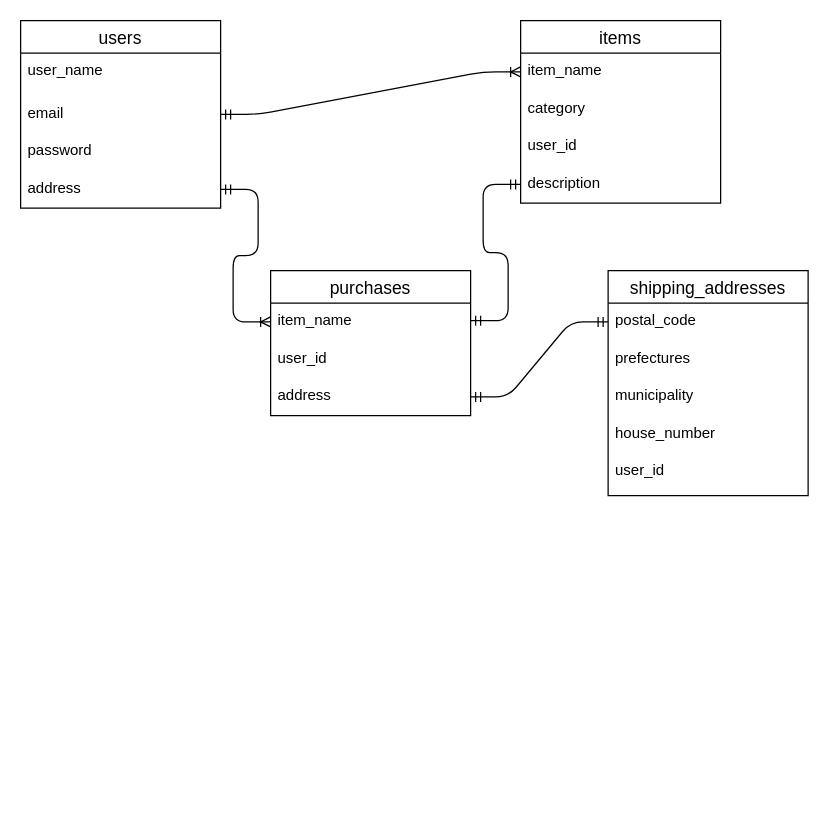
Before: furima.dio in ToruNishioka/furima-33833, a draw.io diagram. Source tidied: cells renumbered, new cells numbered last; positions are measured from the earlier drawing's top-left corner, leaving out a move shared by most shapes. Both pictures are drawn from the tidied source at 125%, with x=0, y=0 at pixel (20, 20).
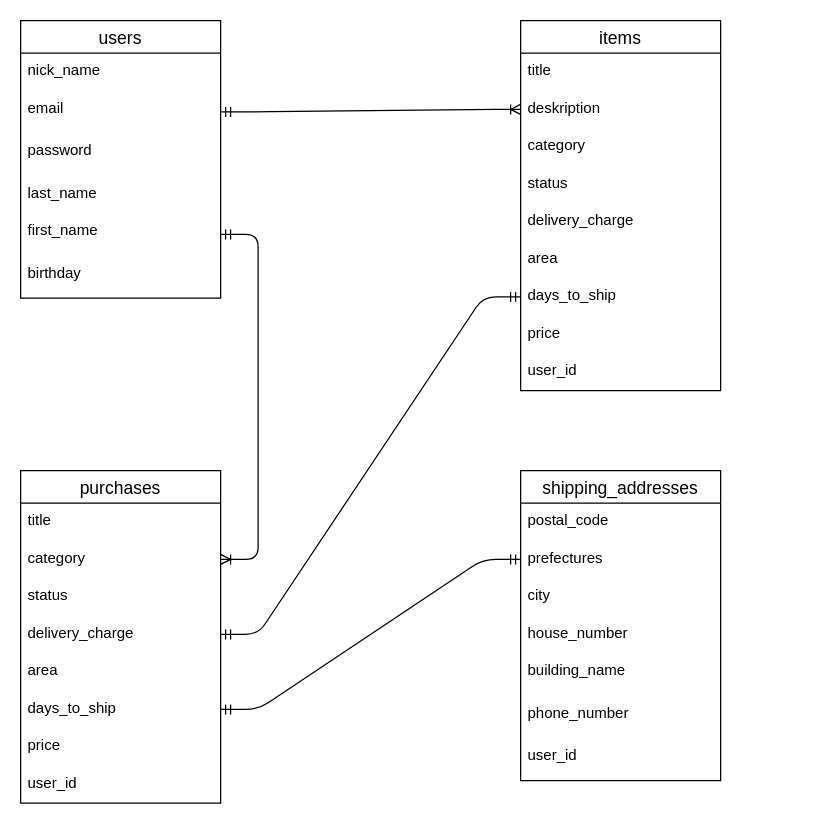
The same page after the edit.

The change refers to these unchanged cells:
```xml
<mxCell id="17" value="postal_code" style="text;strokeColor=none;fillColor=none;spacingLeft=4;spacingRight=4;overflow=hidden;points=[[0,0.5],[1,0.5]];portConstraint=eastwest;fontSize=12;" parent="16" vertex="1">
  <mxGeometry y="26" width="160" height="30" as="geometry" />
</mxCell>
<mxCell id="18" value="prefectures" style="text;strokeColor=none;fillColor=none;spacingLeft=4;spacingRight=4;overflow=hidden;points=[[0,0.5],[1,0.5]];portConstraint=eastwest;fontSize=12;" parent="16" vertex="1">
  <mxGeometry y="56" width="160" height="30" as="geometry" />
</mxCell>
```

Change to the diagram source:
```diff
@@
     <mxCell id="2" value="users" style="swimlane;fontStyle=0;horizontal=1;startSize=26;align=center;fontSize=14;" parent="1" vertex="1">
-      <mxGeometry width="160" height="150" as="geometry" />
+      <mxGeometry width="160" height="222" as="geometry" />
     </mxCell>
+    <mxCell id="5" value="nick_name" style="text;strokeColor=none;fillColor=none;spacingLeft=4;spacingRight=4;overflow=hidden;fontSize=12;" parent="2" vertex="1">
+      <mxGeometry y="26" width="160" height="30" as="geometry" />
+    </mxCell>
+    <mxCell id="26" value="email" style="text;strokeColor=none;fillColor=none;spacingLeft=4;spacingRight=4;overflow=hidden;points=[[0,0.5],[1,0.5]];portConstraint=eastwest;fontSize=12;" parent="2" vertex="1">
+      <mxGeometry y="56" width="160" height="34" as="geometry" />
+    </mxCell>
+    <mxCell id="27" value="password" style="text;strokeColor=none;fillColor=none;spacingLeft=4;spacingRight=4;overflow=hidden;fontSize=12;" parent="2" vertex="1">
+      <mxGeometry y="90" width="160" height="34" as="geometry" />
+    </mxCell>
+    <mxCell id="4" value="last_name" style="text;strokeColor=none;fillColor=none;spacingLeft=4;spacingRight=4;overflow=hidden;points=[[0,0.5],[1,0.5]];portConstraint=eastwest;fontSize=12;" parent="2" vertex="1">
+      <mxGeometry y="124" width="160" height="30" as="geometry" />
+    </mxCell>
-    <mxCell id="3" value="user_name" style="text;strokeColor=none;fillColor=none;spacingLeft=4;spacingRight=4;overflow=hidden;points=[[0,0.5],[1,0.5]];portConstraint=eastwest;fontSize=12;" parent="2" vertex="1">
-      <mxGeometry y="26" width="160" height="34" as="geometry" />
+    <mxCell id="3" value="first_name" style="text;strokeColor=none;fillColor=none;spacingLeft=4;spacingRight=4;overflow=hidden;points=[[0,0.5],[1,0.5]];portConstraint=eastwest;fontSize=12;" parent="2" vertex="1">
+      <mxGeometry y="154" width="160" height="34" as="geometry" />
     </mxCell>
-    <mxCell id="4" value="email" style="text;strokeColor=none;fillColor=none;spacingLeft=4;spacingRight=4;overflow=hidden;points=[[0,0.5],[1,0.5]];portConstraint=eastwest;fontSize=12;" parent="2" vertex="1">
-      <mxGeometry y="60" width="160" height="30" as="geometry" />
-    </mxCell>
-    <mxCell id="5" value="password" style="text;strokeColor=none;fillColor=none;spacingLeft=4;spacingRight=4;overflow=hidden;fontSize=12;" parent="2" vertex="1">
-      <mxGeometry y="90" width="160" height="30" as="geometry" />
-    </mxCell>
-    <mxCell id="6" value="address" style="text;strokeColor=none;fillColor=none;spacingLeft=4;spacingRight=4;overflow=hidden;points=[[0,0.5],[1,0.5]];portConstraint=eastwest;fontSize=12;" parent="2" vertex="1">
-      <mxGeometry y="120" width="160" height="30" as="geometry" />
-    </mxCell>
+    <mxCell id="28" value="birthday" style="text;strokeColor=none;fillColor=none;spacingLeft=4;spacingRight=4;overflow=hidden;fontSize=12;" parent="2" vertex="1">
+      <mxGeometry y="188" width="160" height="34" as="geometry" />
+    </mxCell>
     <mxCell id="7" value="items" style="swimlane;fontStyle=0;horizontal=1;startSize=26;align=center;fontSize=14;" parent="1" vertex="1">
-      <mxGeometry x="400" width="160" height="146" as="geometry" />
+      <mxGeometry x="400" width="160" height="296" as="geometry" />
     </mxCell>
-    <mxCell id="8" value="item_name" style="text;strokeColor=none;fillColor=none;spacingLeft=4;spacingRight=4;overflow=hidden;points=[[0,0.5],[1,0.5]];portConstraint=eastwest;fontSize=12;" parent="7" vertex="1">
+    <mxCell id="8" value="title" style="text;strokeColor=none;fillColor=none;spacingLeft=4;spacingRight=4;overflow=hidden;points=[[0,0.5],[1,0.5]];portConstraint=eastwest;fontSize=12;" parent="7" vertex="1">
       <mxGeometry y="26" width="160" height="30" as="geometry" />
     </mxCell>
+    <mxCell id="10" value="deskription" style="text;strokeColor=none;fillColor=none;spacingLeft=4;spacingRight=4;overflow=hidden;points=[[0,0.5],[1,0.5]];portConstraint=eastwest;fontSize=12;" parent="7" vertex="1">
+      <mxGeometry y="56" width="160" height="30" as="geometry" />
+    </mxCell>
     <mxCell id="9" value="category" style="text;strokeColor=none;fillColor=none;spacingLeft=4;spacingRight=4;overflow=hidden;fontSize=12;" parent="7" vertex="1">
-      <mxGeometry y="56" width="160" height="30" as="geometry" />
+      <mxGeometry y="86" width="160" height="30" as="geometry" />
     </mxCell>
-    <mxCell id="10" value="user_id" style="text;strokeColor=none;fillColor=none;spacingLeft=4;spacingRight=4;overflow=hidden;points=[[0,0.5],[1,0.5]];portConstraint=eastwest;fontSize=12;" parent="7" vertex="1">
-      <mxGeometry y="86" width="160" height="30" as="geometry" />
-    </mxCell>
+    <mxCell id="29" value="status" style="text;strokeColor=none;fillColor=none;spacingLeft=4;spacingRight=4;overflow=hidden;fontSize=12;" parent="7" vertex="1">
+      <mxGeometry y="116" width="160" height="30" as="geometry" />
+    </mxCell>
+    <mxCell id="30" value="delivery_charge" style="text;strokeColor=none;fillColor=none;spacingLeft=4;spacingRight=4;overflow=hidden;fontSize=12;" parent="7" vertex="1">
+      <mxGeometry y="146" width="160" height="30" as="geometry" />
+    </mxCell>
+    <mxCell id="31" value="area" style="text;strokeColor=none;fillColor=none;spacingLeft=4;spacingRight=4;overflow=hidden;fontSize=12;" parent="7" vertex="1">
+      <mxGeometry y="176" width="160" height="30" as="geometry" />
+    </mxCell>
+    <mxCell id="32" value="days_to_ship" style="text;strokeColor=none;fillColor=none;spacingLeft=4;spacingRight=4;overflow=hidden;points=[[0,0.5],[1,0.5]];portConstraint=eastwest;fontSize=12;" parent="7" vertex="1">
+      <mxGeometry y="206" width="160" height="30" as="geometry" />
+    </mxCell>
+    <mxCell id="33" value="price" style="text;strokeColor=none;fillColor=none;spacingLeft=4;spacingRight=4;overflow=hidden;fontSize=12;" parent="7" vertex="1">
+      <mxGeometry y="236" width="160" height="30" as="geometry" />
+    </mxCell>
-    <mxCell id="11" value="description" style="text;strokeColor=none;fillColor=none;spacingLeft=4;spacingRight=4;overflow=hidden;points=[[0,0.5],[1,0.5]];portConstraint=eastwest;fontSize=12;" parent="7" vertex="1">
-      <mxGeometry y="116" width="160" height="30" as="geometry" />
+    <mxCell id="11" value="user_id" style="text;strokeColor=none;fillColor=none;spacingLeft=4;spacingRight=4;overflow=hidden;points=[[0,0.5],[1,0.5]];portConstraint=eastwest;fontSize=12;" parent="7" vertex="1">
+      <mxGeometry y="266" width="160" height="30" as="geometry" />
     </mxCell>
     <mxCell id="12" value="purchases" style="swimlane;fontStyle=0;horizontal=1;startSize=26;align=center;fontSize=14;" parent="1" vertex="1">
-      <mxGeometry x="200" y="200" width="160" height="116" as="geometry" />
+      <mxGeometry y="360" width="160" height="266" as="geometry" />
     </mxCell>
-    <mxCell id="13" value="item_name" style="text;strokeColor=none;fillColor=none;spacingLeft=4;spacingRight=4;overflow=hidden;points=[[0,0.5],[1,0.5]];portConstraint=eastwest;fontSize=12;" parent="12" vertex="1">
+    <mxCell id="13" value="title" style="text;strokeColor=none;fillColor=none;spacingLeft=4;spacingRight=4;overflow=hidden;points=[[0,0.5],[1,0.5]];portConstraint=eastwest;fontSize=12;" parent="12" vertex="1">
       <mxGeometry y="26" width="160" height="30" as="geometry" />
     </mxCell>
-    <mxCell id="14" value="user_id" style="text;strokeColor=none;fillColor=none;spacingLeft=4;spacingRight=4;overflow=hidden;points=[[0,0.5],[1,0.5]];portConstraint=eastwest;fontSize=12;" parent="12" vertex="1">
+    <mxCell id="14" value="category" style="text;strokeColor=none;fillColor=none;spacingLeft=4;spacingRight=4;overflow=hidden;points=[[0,0.5],[1,0.5]];portConstraint=eastwest;fontSize=12;" parent="12" vertex="1">
       <mxGeometry y="56" width="160" height="30" as="geometry" />
     </mxCell>
-    <mxCell id="15" value="address" style="text;strokeColor=none;fillColor=none;spacingLeft=4;spacingRight=4;overflow=hidden;points=[[0,0.5],[1,0.5]];portConstraint=eastwest;fontSize=12;" parent="12" vertex="1">
+    <mxCell id="15" value="status" style="text;strokeColor=none;fillColor=none;spacingLeft=4;spacingRight=4;overflow=hidden;points=[[0,0.5],[1,0.5]];portConstraint=eastwest;fontSize=12;" parent="12" vertex="1">
       <mxGeometry y="86" width="160" height="30" as="geometry" />
     </mxCell>
+    <mxCell id="34" value="delivery_charge" style="text;strokeColor=none;fillColor=none;spacingLeft=4;spacingRight=4;overflow=hidden;points=[[0,0.5],[1,0.5]];portConstraint=eastwest;fontSize=12;" parent="12" vertex="1">
+      <mxGeometry y="116" width="160" height="30" as="geometry" />
+    </mxCell>
+    <mxCell id="35" value="area" style="text;strokeColor=none;fillColor=none;spacingLeft=4;spacingRight=4;overflow=hidden;fontSize=12;" parent="12" vertex="1">
+      <mxGeometry y="146" width="160" height="30" as="geometry" />
+    </mxCell>
+    <mxCell id="36" value="days_to_ship" style="text;strokeColor=none;fillColor=none;spacingLeft=4;spacingRight=4;overflow=hidden;points=[[0,0.5],[1,0.5]];portConstraint=eastwest;fontSize=12;" parent="12" vertex="1">
+      <mxGeometry y="176" width="160" height="30" as="geometry" />
+    </mxCell>
+    <mxCell id="37" value="price" style="text;strokeColor=none;fillColor=none;spacingLeft=4;spacingRight=4;overflow=hidden;fontSize=12;" parent="12" vertex="1">
+      <mxGeometry y="206" width="160" height="30" as="geometry" />
+    </mxCell>
+    <mxCell id="38" value="user_id" style="text;strokeColor=none;fillColor=none;spacingLeft=4;spacingRight=4;overflow=hidden;fontSize=12;" parent="12" vertex="1">
+      <mxGeometry y="236" width="160" height="30" as="geometry" />
+    </mxCell>
     <mxCell id="16" value="shipping_addresses" style="swimlane;fontStyle=0;horizontal=1;startSize=26;align=center;fontSize=14;" parent="1" vertex="1">
-      <mxGeometry x="470" y="200" width="160" height="180" as="geometry" />
+      <mxGeometry x="400" y="360" width="160" height="248" as="geometry" />
     </mxCell>
@@
-    <mxCell id="19" value="municipality" style="text;strokeColor=none;fillColor=none;spacingLeft=4;spacingRight=4;overflow=hidden;fontSize=12;" parent="16" vertex="1">
+    <mxCell id="19" value="city" style="text;strokeColor=none;fillColor=none;spacingLeft=4;spacingRight=4;overflow=hidden;fontSize=12;" parent="16" vertex="1">
       <mxGeometry y="86" width="160" height="30" as="geometry" />
     </mxCell>
@@
+    <mxCell id="39" value="building_name" style="text;strokeColor=none;fillColor=none;spacingLeft=4;spacingRight=4;overflow=hidden;fontSize=12;" parent="16" vertex="1">
+      <mxGeometry y="146" width="160" height="34" as="geometry" />
+    </mxCell>
+    <mxCell id="40" value="phone_number" style="text;strokeColor=none;fillColor=none;spacingLeft=4;spacingRight=4;overflow=hidden;fontSize=12;" parent="16" vertex="1">
+      <mxGeometry y="180" width="160" height="34" as="geometry" />
+    </mxCell>
     <mxCell id="21" value="user_id" style="text;strokeColor=none;fillColor=none;spacingLeft=4;spacingRight=4;overflow=hidden;fontSize=12;" parent="16" vertex="1">
-      <mxGeometry y="146" width="160" height="34" as="geometry" />
+      <mxGeometry y="214" width="160" height="34" as="geometry" />
     </mxCell>
-    <mxCell id="22" style="edgeStyle=entityRelationEdgeStyle;fontSize=12;html=1;endArrow=ERoneToMany;startArrow=ERmandOne;exitX=1;exitY=0.5;exitDx=0;exitDy=0;entryX=0;entryY=0.5;entryDx=0;entryDy=0;" parent="1" edge="1" source="4" target="8">
+    <mxCell id="22" style="edgeStyle=entityRelationEdgeStyle;fontSize=12;html=1;endArrow=ERoneToMany;startArrow=ERmandOne;exitX=1;exitY=0.5;exitDx=0;exitDy=0;entryX=0;entryY=0.5;entryDx=0;entryDy=0;" parent="1" edge="1" source="26" target="10">
       <mxGeometry relative="1" as="geometry" />
     </mxCell>
-    <mxCell id="23" style="edgeStyle=entityRelationEdgeStyle;fontSize=12;html=1;endArrow=ERmandOne;startArrow=ERmandOne;entryX=0;entryY=0.5;entryDx=0;entryDy=0;exitX=1;exitY=0.5;exitDx=0;exitDy=0;" parent="1" edge="1" source="15" target="17">
+    <mxCell id="23" style="edgeStyle=entityRelationEdgeStyle;fontSize=12;html=1;endArrow=ERmandOne;startArrow=ERmandOne;exitX=1;exitY=0.5;exitDx=0;exitDy=0;entryX=0;entryY=0.5;entryDx=0;entryDy=0;" parent="1" edge="1" source="36" target="18">
       <mxGeometry relative="1" as="geometry" />
     </mxCell>
-    <mxCell id="24" style="edgeStyle=entityRelationEdgeStyle;fontSize=12;html=1;endArrow=ERmandOne;startArrow=ERmandOne;entryX=0;entryY=0.5;entryDx=0;entryDy=0;" parent="1" edge="1" target="11">
-      <mxGeometry relative="1" as="geometry">
-        <mxPoint x="360" y="240" as="sourcePoint" />
-      </mxGeometry>
+    <mxCell id="24" style="edgeStyle=entityRelationEdgeStyle;fontSize=12;html=1;endArrow=ERmandOne;startArrow=ERmandOne;entryX=0;entryY=0.5;entryDx=0;entryDy=0;exitX=1;exitY=0.5;exitDx=0;exitDy=0;" parent="1" edge="1" source="34" target="32">
+      <mxGeometry relative="1" as="geometry" />
     </mxCell>
-    <mxCell id="25" style="edgeStyle=entityRelationEdgeStyle;fontSize=12;html=1;endArrow=ERoneToMany;startArrow=ERmandOne;exitX=1;exitY=0.5;exitDx=0;exitDy=0;entryX=0;entryY=0.5;entryDx=0;entryDy=0;" parent="1" edge="1" source="6" target="13">
+    <mxCell id="25" style="edgeStyle=entityRelationEdgeStyle;fontSize=12;html=1;endArrow=ERoneToMany;startArrow=ERmandOne;exitX=1;exitY=0.5;exitDx=0;exitDy=0;entryX=1;entryY=0.5;entryDx=0;entryDy=0;" parent="1" edge="1" source="3" target="14">
       <mxGeometry relative="1" as="geometry" />
     </mxCell>
```
